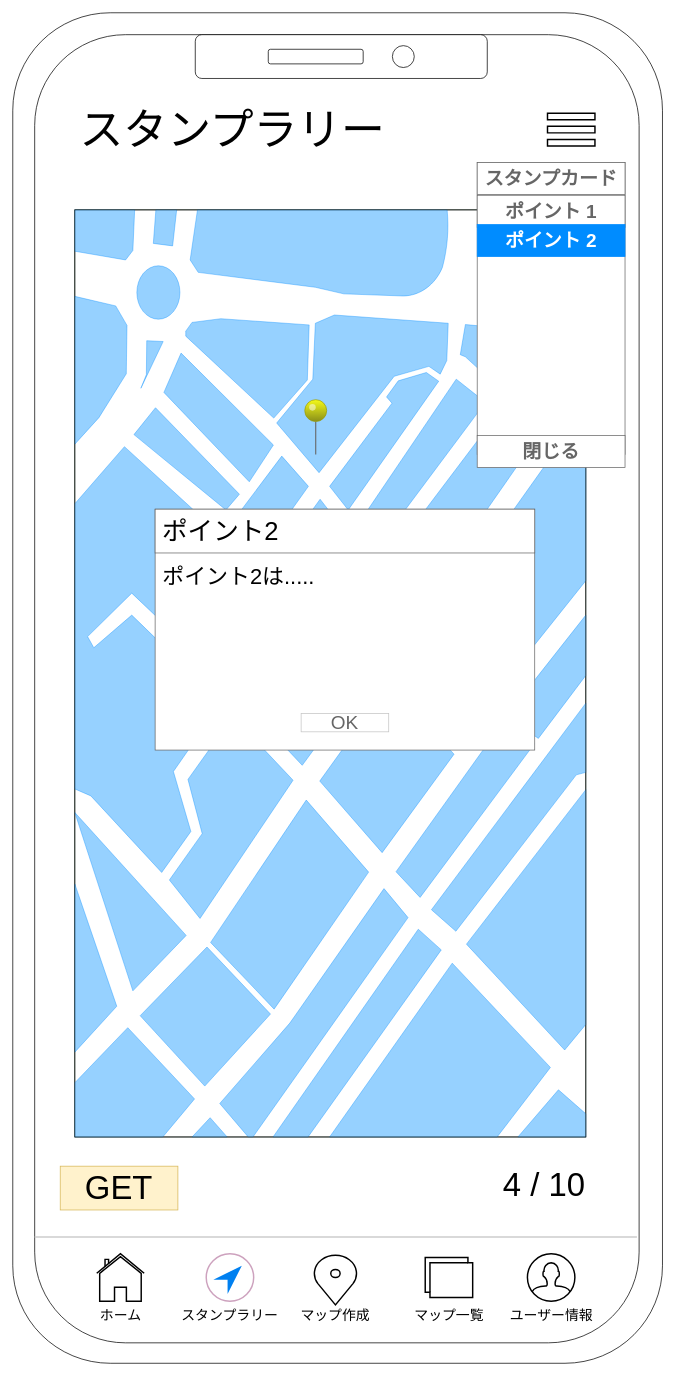
Earlier version of the draw.io diagram page "No.5.3 スタンプラリーポイント説明" (11 of 18) of StampRallyUI.drawio (SUGYKEN/-Stamp-Rally). Source tidied: cells renumbered, new cells numbered last; positions are measured from the earlier drawing's top-left corner, leaving out a move shared by most shapes. Both pictures are drawn from the tidied source at 73%, with x=0, y=0 at pixel (12, 12).
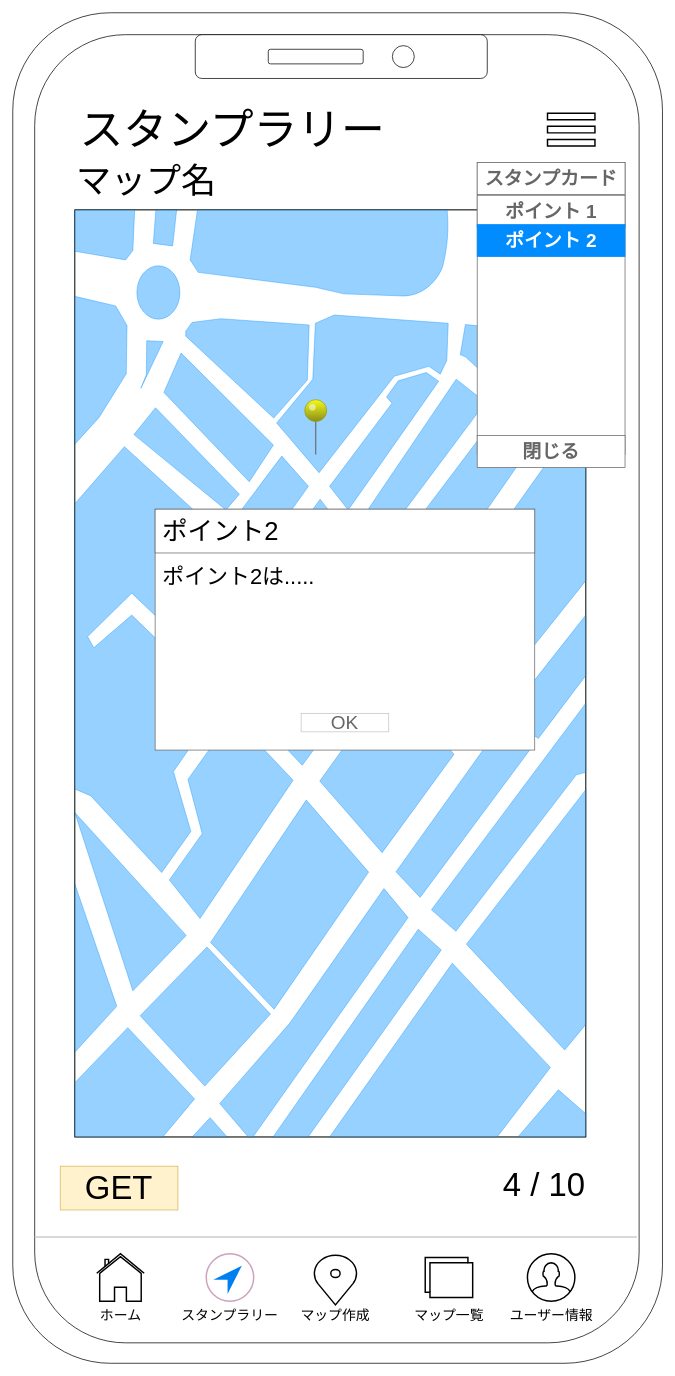
The same diagram, later.

The edit, as a diff of the source:
```diff
@@
+    <mxCell id="33" value="&lt;font style=&quot;font-size: 48px&quot;&gt;マップ名&lt;/font&gt;" style="text;html=1;strokeColor=none;fillColor=none;align=left;verticalAlign=middle;whiteSpace=wrap;rounded=0;" parent="1" vertex="1">
+      <mxGeometry x="85" y="220" width="260" height="20" as="geometry" />
+    </mxCell>
```
